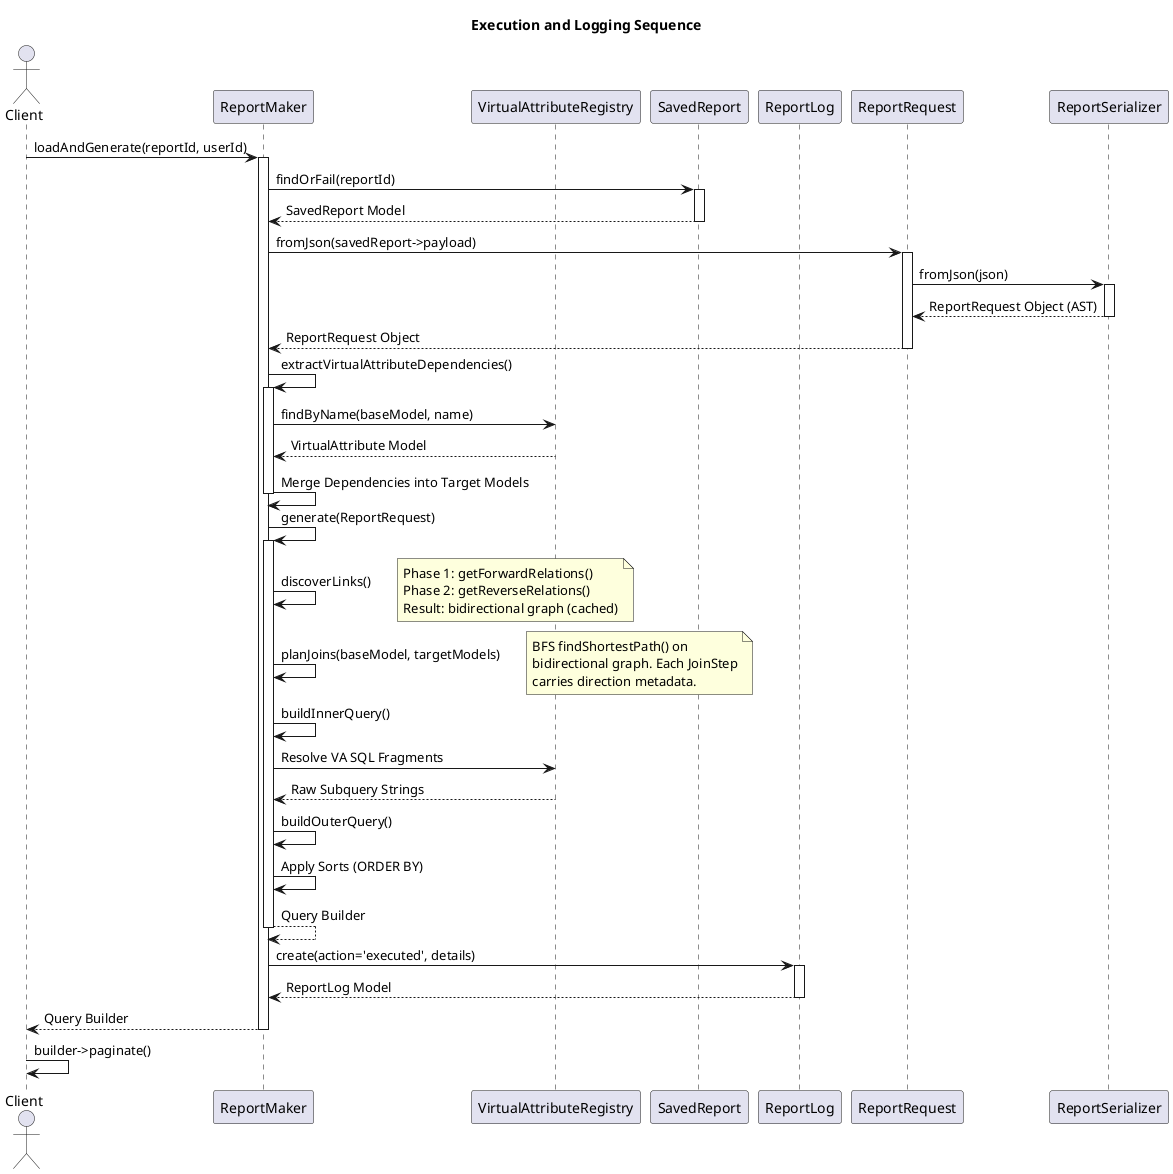
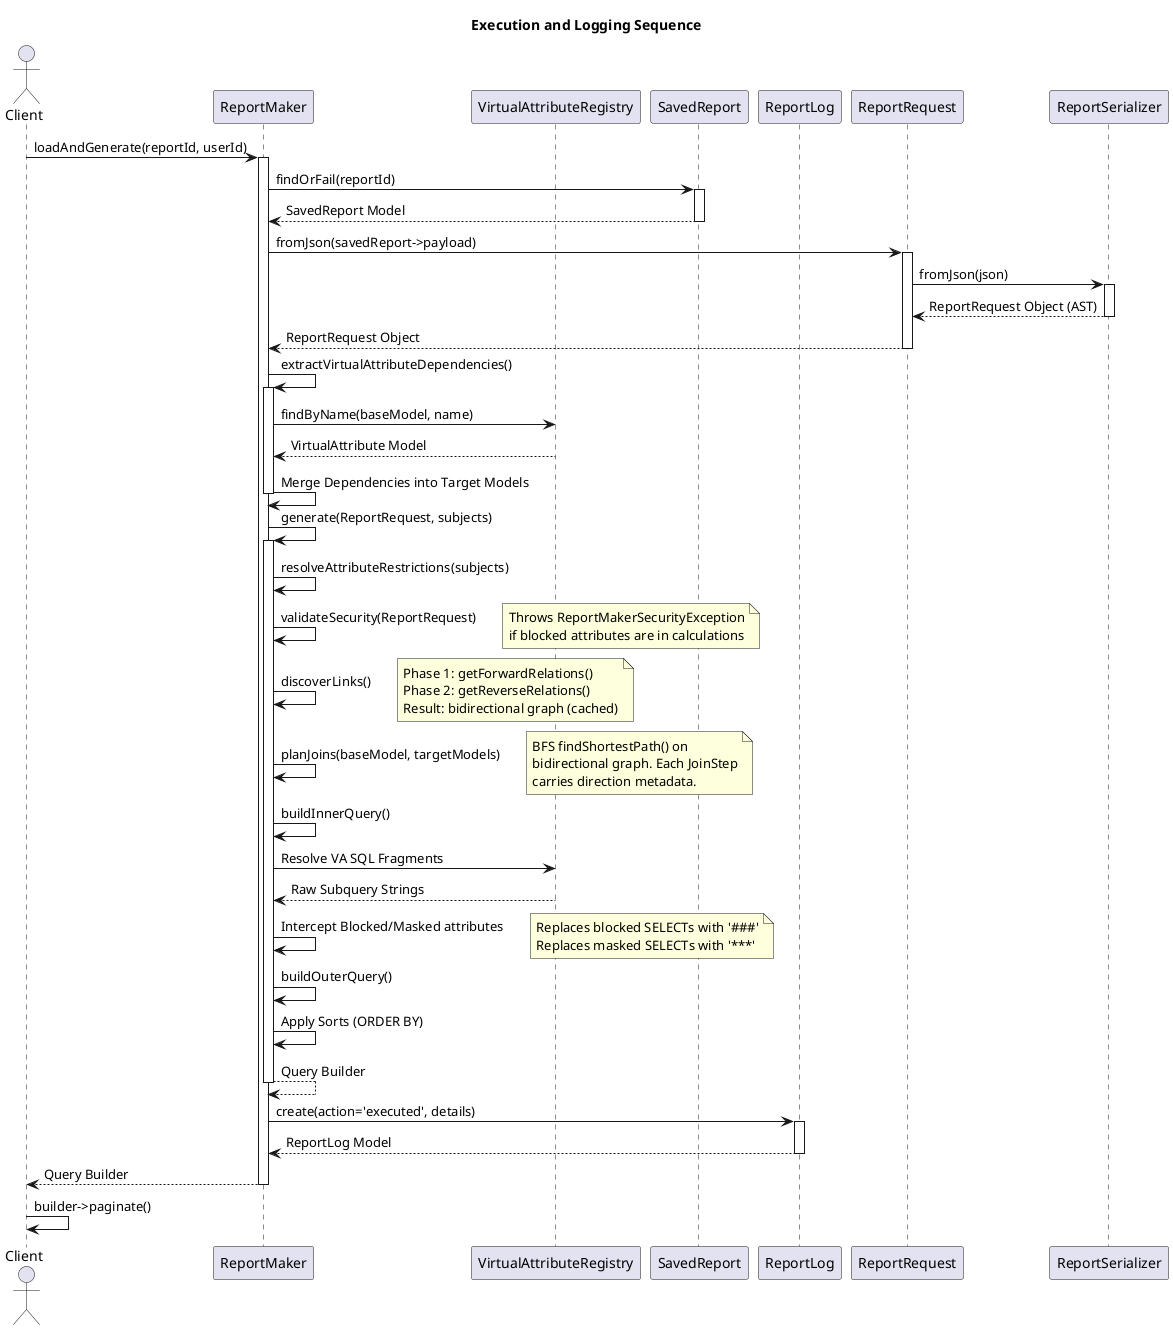
@startuml Sequence Execution Diagram
title Execution and Logging Sequence

actor Client
participant "ReportMaker" as Maker
participant "VirtualAttributeRegistry" as VARegistry
participant "SavedReport" as DBReport
participant "ReportLog" as DBLog
participant "ReportRequest" as Request
participant "ReportSerializer" as Serializer

Client -> Maker : loadAndGenerate(reportId, userId)
activate Maker

Maker -> DBReport : findOrFail(reportId)
activate DBReport
DBReport --> Maker : SavedReport Model
deactivate DBReport

Maker -> Request : fromJson(savedReport->payload)
activate Request
Request -> Serializer : fromJson(json)
activate Serializer
Serializer --> Request : ReportRequest Object (AST)
deactivate Serializer
Request --> Maker : ReportRequest Object
deactivate Request

Maker -> Maker : extractVirtualAttributeDependencies()
activate Maker
Maker -> VARegistry : findByName(baseModel, name)
VARegistry --> Maker : VirtualAttribute Model
Maker -> Maker : Merge Dependencies into Target Models
deactivate Maker

- Maker -> Maker : generate(ReportRequest)
+ Maker -> Maker : generate(ReportRequest, subjects)
activate Maker
+ Maker -> Maker : resolveAttributeRestrictions(subjects)
+ Maker -> Maker : validateSecurity(ReportRequest)
+ note right
+   Throws ReportMakerSecurityException
+   if blocked attributes are in calculations
+ end note
Maker -> Maker : discoverLinks()
note right
  Phase 1: getForwardRelations()
  Phase 2: getReverseRelations()
  Result: bidirectional graph (cached)
end note
Maker -> Maker : planJoins(baseModel, targetModels)
note right
  BFS findShortestPath() on
  bidirectional graph. Each JoinStep
  carries direction metadata.
end note
Maker -> Maker : buildInnerQuery()
Maker -> VARegistry : Resolve VA SQL Fragments
VARegistry --> Maker : Raw Subquery Strings
+ Maker -> Maker : Intercept Blocked/Masked attributes
+ note right
+   Replaces blocked SELECTs with '###'
+   Replaces masked SELECTs with '***'
+ end note
Maker -> Maker : buildOuterQuery()
Maker -> Maker : Apply Sorts (ORDER BY)
Maker --> Maker : Query Builder
deactivate Maker

Maker -> DBLog : create(action='executed', details)
activate DBLog
DBLog --> Maker : ReportLog Model
deactivate DBLog

Maker --> Client : Query Builder
deactivate Maker

Client -> Client : builder->paginate()

@enduml
